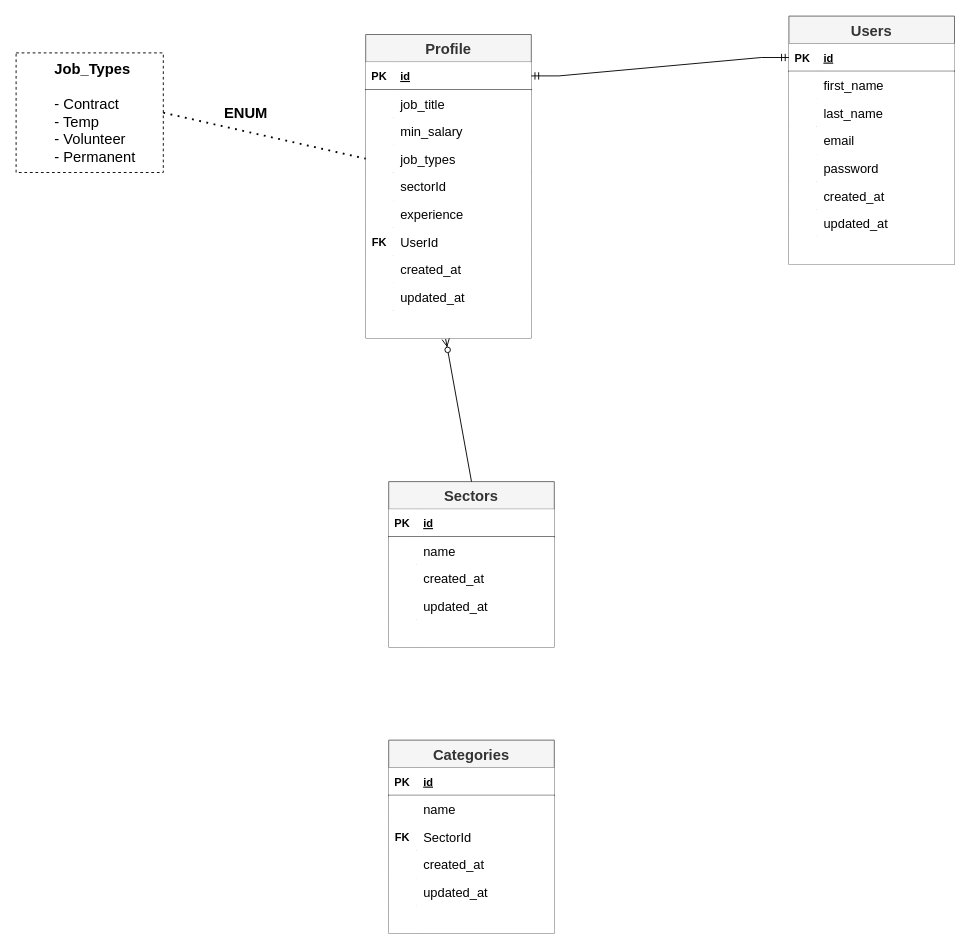
kingsley-ijomah/draw.io keeps this draw.io diagram as page "Categories" (6 of 13) of JobPlus/Untitled Diagram.drawio. Above is the earlier version. Source tidied: cells renumbered, new cells numbered last; positions are measured from the earlier drawing's top-left corner, leaving out a move shared by most shapes. Both pictures are drawn from the tidied source at 92%, with x=0, y=0 at pixel (16, 16).
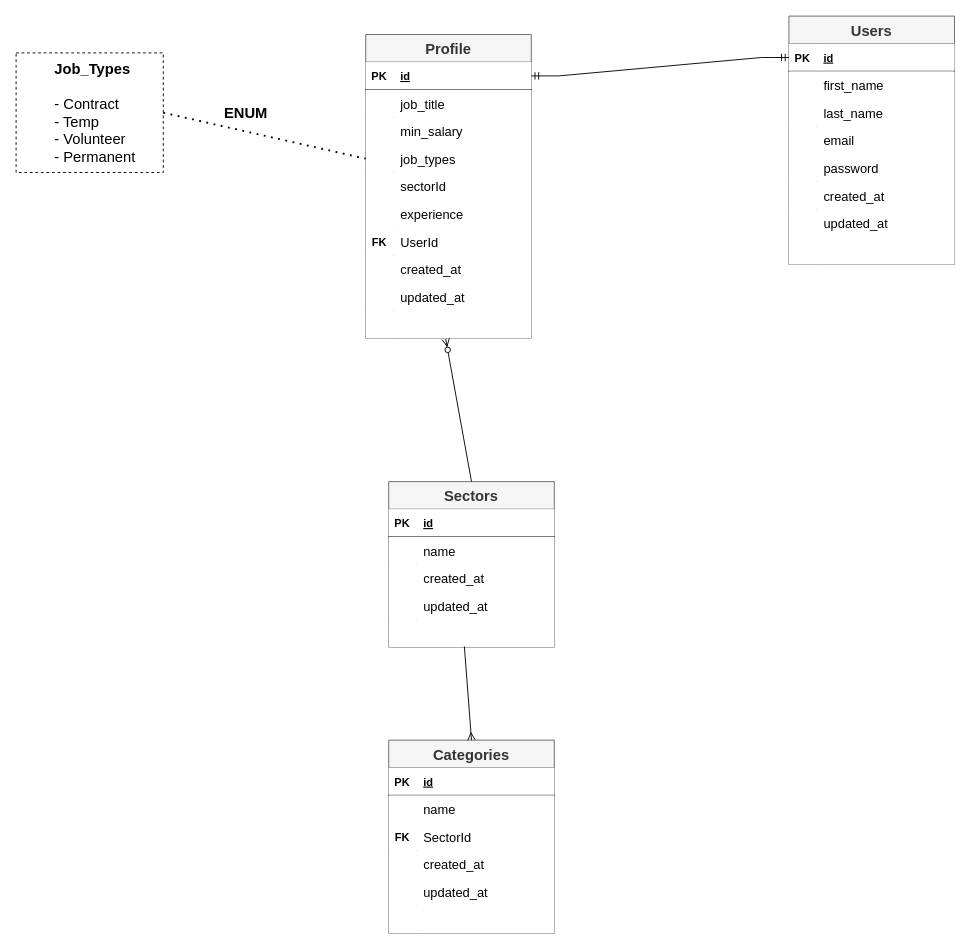
The same diagram, later.

Unchanged cells that the change refers to:
```xml
<mxCell id="40" style="shape=tableRow;horizontal=0;startSize=0;swimlaneHead=0;swimlaneBody=0;fillColor=default;points=[[0,0.5],[1,0.5]];portConstraint=eastwest;top=0;left=0;right=0;bottom=0;" parent="27" vertex="1">
  <mxGeometry y="150" width="180" height="30" as="geometry" />
</mxCell>
<mxCell id="75" value="Categories" style="shape=table;startSize=30;childLayout=tableLayout;rowLines=0;fontStyle=1;align=center;labelBackgroundColor=none;labelBorderColor=none;fillColor=#f5f5f5;fontColor=#333333;strokeColor=#666666;gradientColor=none;fontSize=16;" parent="1" vertex="1">
  <mxGeometry x="405" y="787" width="180" height="210" as="geometry" />
</mxCell>
```

What changed in the source:
```diff
@@
+    <mxCell id="98" style="fontSize=12;html=1;endArrow=ERmany;rounded=0;strokeColor=default;elbow=vertical;entryX=0.5;entryY=0;entryDx=0;entryDy=0;exitX=0.457;exitY=0.975;exitDx=0;exitDy=0;exitPerimeter=0;" parent="1" edge="1" source="40" target="75">
+      <mxGeometry relative="1" as="geometry" />
+    </mxCell>
```
